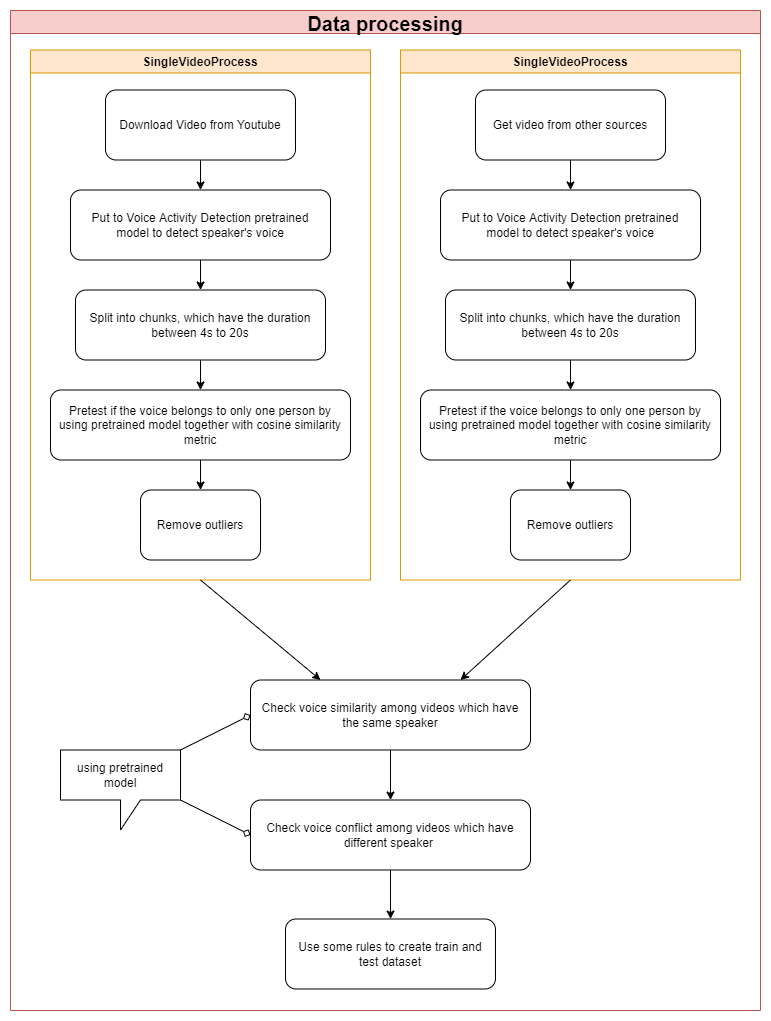
DungNasSa10/Deep-Learning-Project-2022-1-Vietnamese-Speaker-Verification keeps this draw.io diagram as docs/Pipeline.png. Above is the earlier version. Source tidied: cells renumbered, new cells last; positions are measured from the earlier drawing's top-left corner, leaving out a move shared by most shapes.
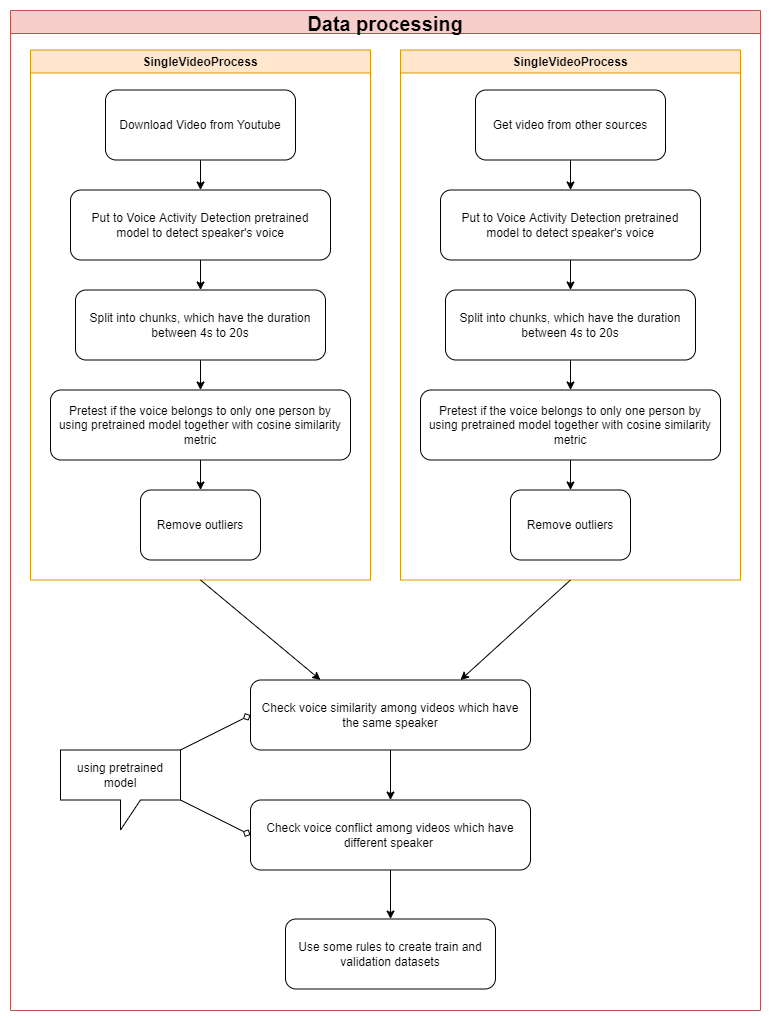
The same file after the commit.

Change to the diagram source:
```diff
@@ -80,7 +80,7 @@
     <mxCell id="27" style="endArrow=classic;html=1;rounded=0;exitX=0.5;exitY=1;exitDx=0;exitDy=0;entryX=0.75;entryY=0;entryDx=0;entryDy=0;" parent="2" edge="1" source="13" target="25">
       <mxGeometry relative="1" as="geometry" />
     </mxCell>
-    <mxCell id="28" value="Use some rules to create train and test dataset" style="rounded=1;whiteSpace=wrap;html=1;spacingLeft=5;spacingBottom=0;spacingRight=5;" parent="2" vertex="1">
+    <mxCell id="28" value="Use some rules to create train and validation datasets" style="rounded=1;whiteSpace=wrap;html=1;spacingLeft=5;spacingBottom=0;spacingRight=5;" parent="2" vertex="1">
       <mxGeometry x="275" y="908.5" width="210" height="70" as="geometry" />
     </mxCell>
     <mxCell id="29" style="edgeStyle=none;rounded=0;jettySize=auto;html=1;entryX=0.5;entryY=0;entryDx=0;entryDy=0;" parent="2" edge="1" source="23" target="28">
```
